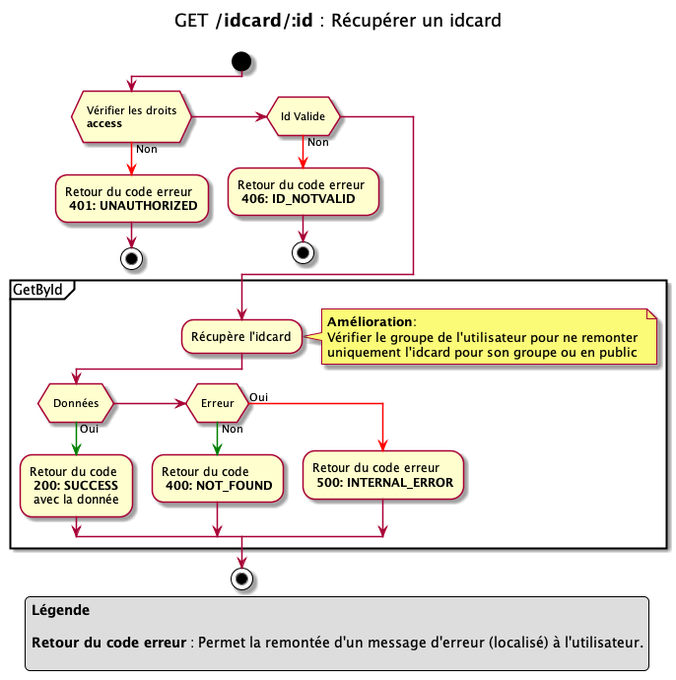
cogirep/documentation keeps this PlantUML diagram as 01.byd-DataFactory/1.ArchitectureDossier/images/idcard_getById.png. Above is the earlier version.
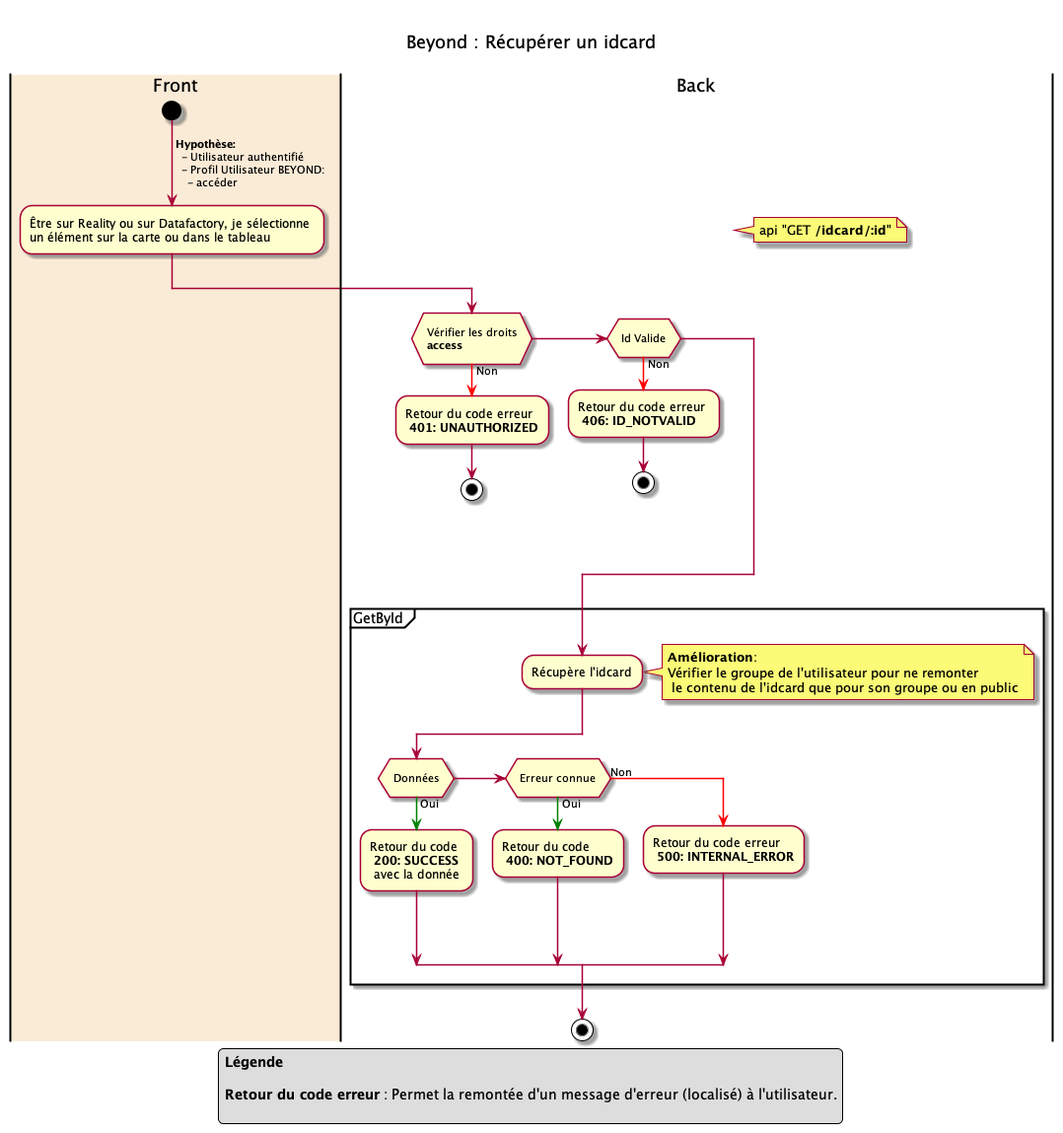
After the change.

What changed in the source:
```diff
@@ -1,11 +1,21 @@
-@startuml
+@startuml idcard_getById
 
 title
-GET **/idcard/:id** : Récupérer un idcard
+
+Beyond : Récupérer un idcard
 
 end title
 
+|#AntiqueWhite| Front |
 start
+->  **Hypothèse:** \n  - Utilisateur authentifié \n  - Profil Utilisateur BEYOND:  \n    - accéder;
+
+-Être sur Reality ou sur Datafactory, je sélectionne \nun élément sur la carte ou dans le tableau
+
+| Back |
+note right
+  api "GET **/idcard/:id**"
+end note
 if ( \n Vérifier les droits \n **access** \n)
 -[#red]-> Non ;
 -Retour du code erreur \n **401: UNAUTHORIZED**
@@ -16,22 +26,21 @@
 stop
 endif
 
-
 partition "GetById " {
     -Récupère l'idcard
     note right
     **Amélioration**:
     Vérifier le groupe de l'utilisateur pour ne remonter
-    uniquement l'idcard pour son groupe ou en public
+     le contenu de l'idcard que pour son groupe ou en public
     endnote
     if ( \n Données \n )
         -[#green]-> Oui ;
         -Retour du code \n **200: SUCCESS** \n avec la donnée
-    elseif ( \n Erreur \n )
-        -[#green]-> Non ;
+    elseif ( \n Erreur connue \n )
+        -[#green]-> Oui ;
         -Retour du code \n **400: NOT_FOUND**
     else
-        -[#red]-> Oui ;
+        -[#red]-> Non ;
         -Retour du code erreur \n **500: INTERNAL_ERROR**
     endif
 }
```
